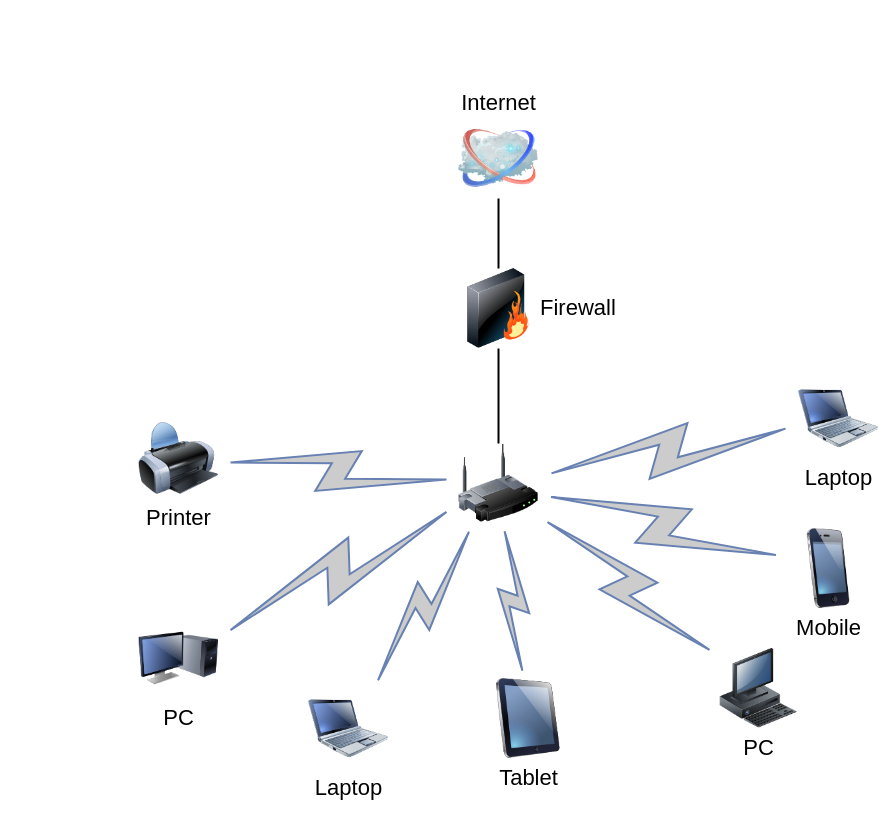
Earlier version of the draw.io diagram Network.drawio (vivinkrishnan/drawio). Source tidied: cells renumbered, new cells numbered last; positions are measured from the earlier drawing's top-left corner, leaving out a move shared by most shapes. Both pictures are drawn from the tidied source at 100%, with x=0, y=0 at pixel (138, 118).
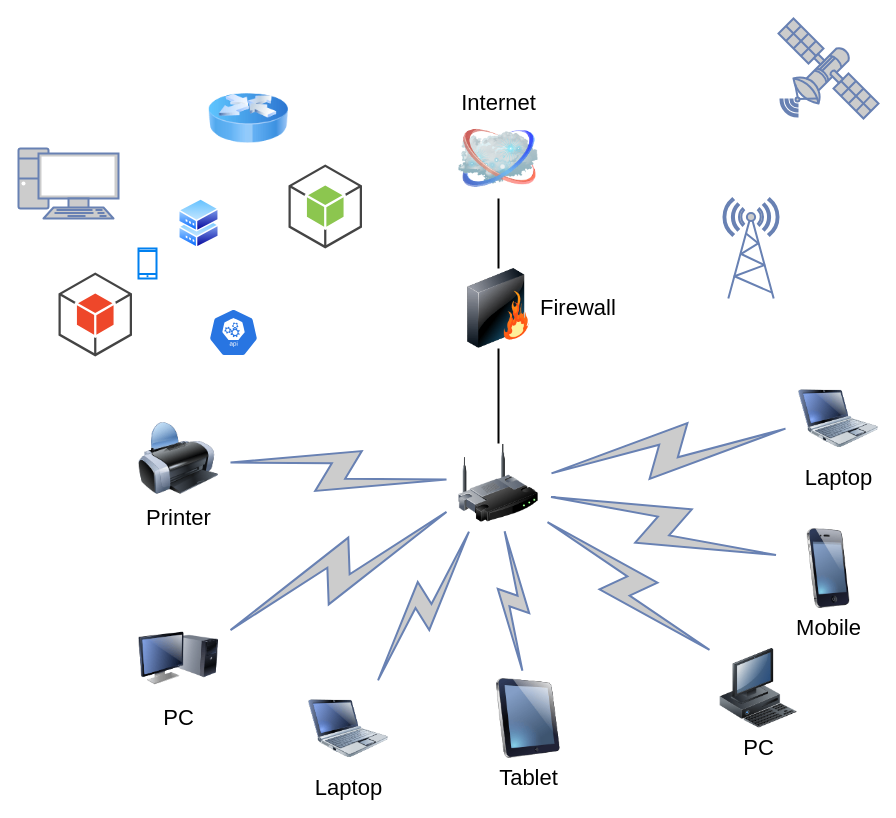
The same diagram, later.

The edit, as a diff of the source:
```diff
@@
+    <mxCell id="21" style="fontColor=#0066CC;verticalAlign=top;verticalLabelPosition=bottom;labelPosition=center;align=center;html=1;fillColor=#CCCCCC;strokeColor=#6881B3;gradientColor=none;gradientDirection=north;strokeWidth=2;shape=mxgraph.networks.satellite;" parent="1" vertex="1">
+      <mxGeometry x="640" y="-100" width="100" height="100" as="geometry" />
+    </mxCell>
+    <mxCell id="22" style="perimeter=ellipsePerimeter;html=1;align=center;shadow=0;dashed=0;spacingTop=3;image;image=img/lib/active_directory/shadowed_router.svg;" parent="1" vertex="1">
+      <mxGeometry x="40" y="80" width="41" height="50" as="geometry" />
+    </mxCell>
+    <mxCell id="23" style="image;html=1;image=img/lib/clip_art/networking/Router_Icon_128x128.png;" parent="1" vertex="1">
+      <mxGeometry x="70" y="-40" width="80" height="80" as="geometry" />
+    </mxCell>
+    <mxCell id="24" style="fontColor=#0066CC;verticalAlign=top;verticalLabelPosition=bottom;labelPosition=center;align=center;html=1;fillColor=#CCCCCC;strokeColor=#6881B3;gradientColor=none;gradientDirection=north;strokeWidth=2;shape=mxgraph.networks.radio_tower;" parent="1" vertex="1">
+      <mxGeometry x="585" y="80" width="55" height="100" as="geometry" />
+    </mxCell>
+    <mxCell id="25" style="html=1;verticalLabelPosition=bottom;align=center;labelBackgroundColor=#ffffff;verticalAlign=top;strokeWidth=2;strokeColor=#0080F0;shadow=0;dashed=0;shape=mxgraph.ios7.icons.smartphone;" parent="1" vertex="1">
+      <mxGeometry y="130" width="18" height="30" as="geometry" />
+    </mxCell>
+    <mxCell id="26" style="fontColor=#0066CC;verticalAlign=top;verticalLabelPosition=bottom;labelPosition=center;align=center;html=1;fillColor=#CCCCCC;strokeColor=#6881B3;gradientColor=none;gradientDirection=north;strokeWidth=2;shape=mxgraph.networks.pc;" parent="1" vertex="1">
+      <mxGeometry x="-120" y="30" width="100" height="70" as="geometry" />
+    </mxCell>
+    <mxCell id="27" style="sketch=0;html=1;dashed=0;whitespace=wrap;fillColor=#2875E2;strokeColor=#ffffff;shape=mxgraph.kubernetes.icon;prIcon=api;" parent="1" vertex="1">
+      <mxGeometry x="70" y="190" width="50" height="48" as="geometry" />
+    </mxCell>
+    <mxCell id="28" style="dashed=0;verticalLabelPosition=bottom;verticalAlign=top;align=center;html=1;shape=mxgraph.aws3.android;fillColor=#8CC64F;gradientColor=none;" parent="1" vertex="1">
+      <mxGeometry x="150" y="46" width="73.5" height="84" as="geometry" />
+    </mxCell>
+    <mxCell id="29" style="dashed=0;verticalLabelPosition=bottom;verticalAlign=top;align=center;html=1;shape=mxgraph.aws3.android;fillColor=#EE472A;gradientColor=none;" parent="1" vertex="1">
+      <mxGeometry x="-80" y="154" width="73.5" height="84" as="geometry" />
+    </mxCell>
```
